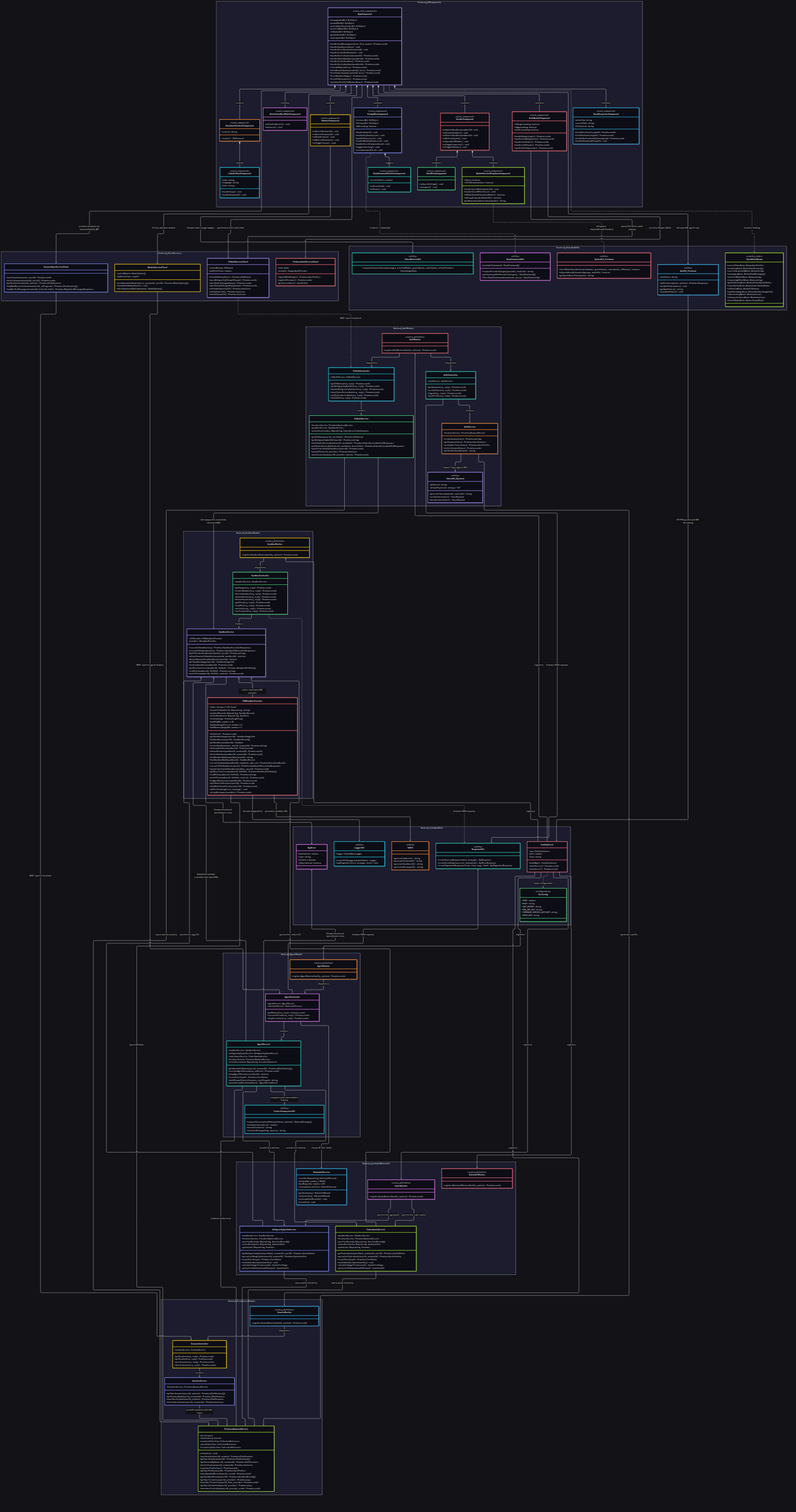
Before: backend/visualizations/codebase-class-diagram.png, a diagram exported from Mermaid (Psychopomp3012/Atelier-integrated-ai-web-ui). Its source is kept beside it as backend/visualizations/codebase-class-diagram.mmd.
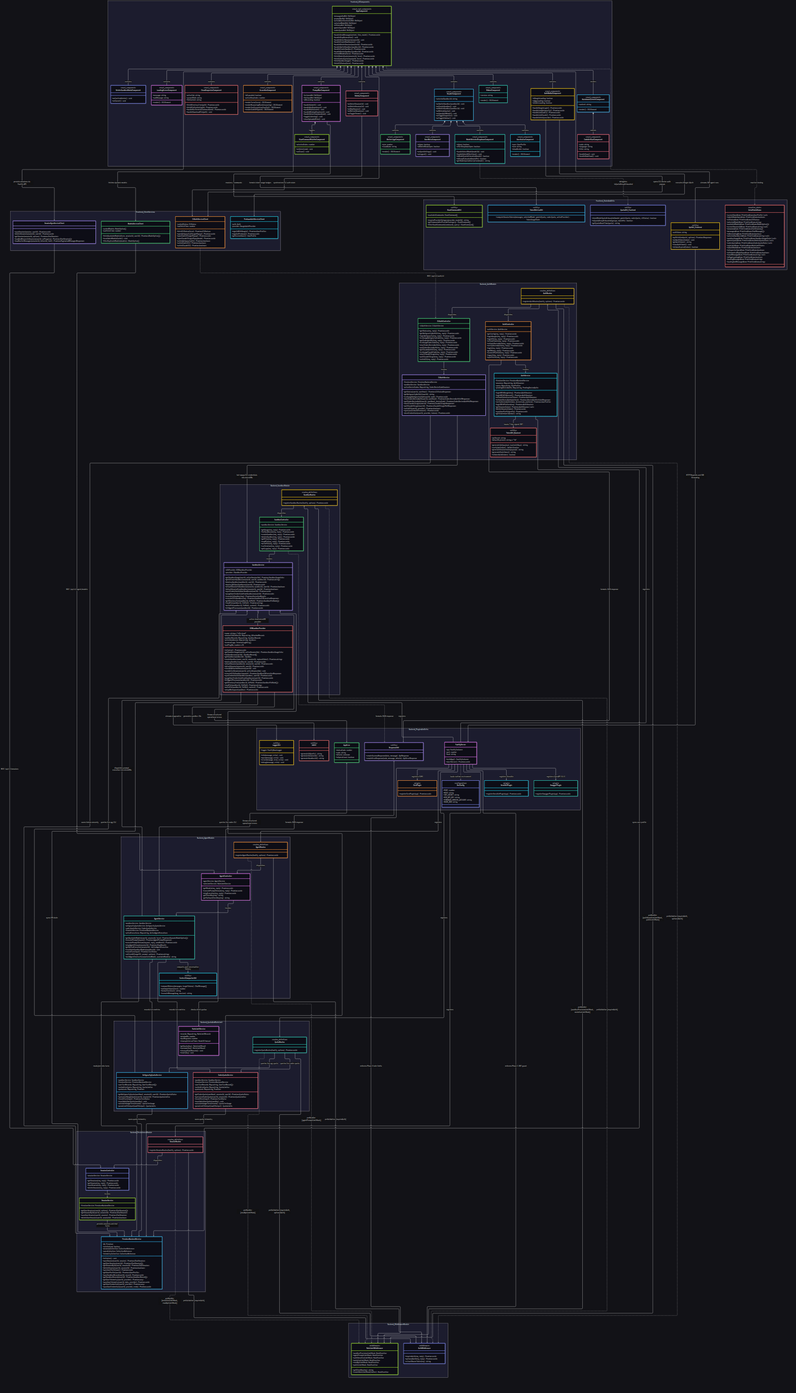
Above is the later version.

Change to the diagram source:
```diff
@@ -6,8 +6,10 @@
       -agentService: AgentService
       -rateLimitService: RateLimitService
       +getModels(req, reply) Promise~void~
-      +executeStream(req, reply) Promise~void~
+      +executePromptStream(req, reply) Promise~void~
       +stopExecution(req, reply) Promise~void~
+      -getClientKey(req) string
+      -getFallbackClientKey(req) string
     }
 
     class AgentService {
@@ -15,13 +17,16 @@
       -antigravityQuotaService: AntigravityQuotaService
       -codexQuotaService: CodexQuotaService
       -firestoreService: FirestoreBackendService
-      -activeExecutions: Map~string, ExecutionContext~
-      +getAvailableModels(userId, sessionId) Promise~ModelOption[]~
-      +executeAgentStream(req, onEvent) Promise~void~
-      +stopAgentStream(executionId) boolean
+      -activeExecutions: Map~string, ActiveAgentExecution~
+      +getAvailableModels(userId, sessionId, force) Promise~DynamicModelOption[]~
+      +executePrompt(request) Promise~AgentPromptResponse~
+      +executePromptStream(request, reply, sendEvent) Promise~void~
+      +stopAgentStream(sessionId) Promise~StopResult~
+      +getActiveExecution(sessionId) ActiveAgentExecution
+      +invalidateSandboxModels(sandboxId) void
       +recordTurn(input) Promise~TurnStats~
-      -buildPromptContext(session, userPrompt) string
-      -parseStreamEvent(rawChunk) AgentStreamEvent
+      -callLiveAI(targetCli, prompt, options) Promise~string~
+      -buildAgentInstructions(selectedModel, availableModels) string
     }
 
     class AgentRoutes {
@@ -31,7 +36,7 @@
 
     class ContextCompactorUtil {
       <<utility>>
-      +compactConversationHistory(history, options) HistoryMessage[]
+      +compactHistory(messages, targetTokens) ChatMessage[]
       +estimateTokens(text) number
       +formatTurn(turn) string
       -truncateMessage(msg, maxLen) string
@@ -42,66 +47,79 @@
     class SandboxController {
       -sandboxService: SandboxService
       +getUsage(req, reply) Promise~void~
+      +listSandboxes(req, reply) Promise~void~
       +createSandbox(req, reply) Promise~void~
       +deleteSandbox(req, reply) Promise~void~
-      +attachSession(req, reply) Promise~void~
-      +detachSession(req, reply) Promise~void~
       +getFiles(req, reply) Promise~void~
       +readFile(req, reply) Promise~void~
       +writeFile(req, reply) Promise~void~
       +runTerminal(req, reply) Promise~void~
+      +getLogs(req, reply) Promise~void~
     }
 
     class SandboxService {
       -e2bProvider: E2BSandboxProvider
       -provider: ISandboxProvider
-      +executeInSandbox(req) Promise~SandboxExecutionResponse~
+      +getSandboxUsage(userId) SandboxUsageInfo
+      +getOrCreateSandbox(sessionId, userId, sandboxId) Promise~string~
+      +destroySandbox(sandboxId, userId) Promise~void~
+      +destroyAllUserSandboxes(userId) Promise~void~
+      +syncCredentialsToUserSandboxes(userId) Promise~void~
+      +purgeUserCredentialsFromSandboxes(userId) Promise~void~
+      +executeInSandbox(req) Promise~ExecutionResult~
       +executeCliInSandbox(req) Promise~SandboxCliExecutionResponse~
-      +getOrCreateSandbox(sessionId, userId) Promise~string~
-      +attachSessionToSandbox(sessionId, sandboxId) boolean
-      +detachSessionFromSandbox(sessionId) boolean
-      +getSandboxUsage(userId) SandboxUsageInfo
-      +destroySandbox(sandboxId) Promise~void~
       +getDirectoryTree(sandboxId, dirPath) Promise~SandboxFileNode[]~
       +readFile(sandboxId, filePath) Promise~string~
       +writeFile(sandboxId, filePath, content) Promise~void~
+      +killAgentProcesses(sandboxId) Promise~void~
     }
 
     class E2BSandboxProvider {
       +name: string = "e2b-cloud"
-      -sessionToSandboxId: Map~string, string~
       -sandboxRecords: Map~string, SandboxRecord~
       -activeSandboxes: Map~string, Sandbox~
       -terminalLogs: TerminalLogEntry[]
       -lastPingMs: number = 35
-      -lastCpuUsagePercent: number = 0
-      -lastMemoryUsageMb: number = 0
       +initialize() Promise~void~
       +getSandboxUsage(userId) SandboxUsageInfo
       +listSandboxes(userId) SandboxRecord[]
       +getSandbox(sandboxId) Sandbox
       +createSandbox(name, userId, sessionId) Promise~string~
-      +destroySandbox(sandboxId) Promise~void~
-      +attachSession(sandboxId, sessionId) Promise~void~
-      +detachSession(sandboxId, sessionId) Promise~void~
-      +findSandboxBySessionId(sessionId) string
-      +findSandboxById(sandboxId) SandboxRecord
-      +executeCommand(sandboxId, command, cwd, env) Promise~ExecutionResult~
+      +destroySandbox(sandboxId, userId) Promise~void~
       +executeCliInSandbox(request) Promise~SandboxCliExecutionResponse~
       +syncCredentialsToSandbox(sandbox, userId) Promise~void~
+      +purgeUserCredentialsFromSandboxes(userId) Promise~void~
+      +killAgentProcesses(sandboxId) Promise~void~
       +getDirectoryTree(sandboxId, dirPath) Promise~SandboxFileNode[]~
       +readFile(sandboxId, filePath) Promise~string~
       +writeFile(sandboxId, filePath, content) Promise~void~
-      +triggerMaintenance(sandboxId) Promise~void~
-      +syncStateToFirestore(userId) Promise~void~
-      +loadStateFromFirestore(userId) Promise~void~
-      -addTerminalLog(level, message) void
       -setupWorkspace(sandbox) Promise~void~
     }
 
     class SandboxRoutes {
       <<routes_definition>>
       +registerSandboxRoutes(fastify, options) Promise~void~
+    }
+  }
+
+  namespace Backend_MiddlewareModule {
+    class AuthMiddleware {
+      <<middleware>>
+      +requireAuth(req, reply) Promise~void~
+      +optionalAuth(req, reply) Promise~void~
+      -extractBearerToken(req) string
+    }
+
+    class RateLimitMiddleware {
+      <<middleware>>
+      +getClientKey(req) string
+      +createRateLimitHook(limiter) HookFunction
+      +sandboxProvisionLimitHook: HookFunction
+      +agentPromptLimitHook: HookFunction
+      +authSensitiveLimitHook: HookFunction
+      +mutationLimitHook: HookFunction
+      +readApiLimitHook: HookFunction
+      +publicLimitHook: HookFunction
     }
   }
 
@@ -136,18 +154,13 @@
 
     class RateLimitService {
       -records: Map~string, RateLimitRecord~
-      -windowMs: number = 60000
-      -maxRequests: number = 60
+      -windowMs: number
+      -maxRequests: number
       -cleanupIntervalTimer: NodeJS.Timeout
       +getQuota(key) RateLimitResult
       +consume(key) RateLimitResult
       +cleanupStaleRecords() void
       +reset(key) void
-    }
-
-    class RateLimitRoutes {
-      <<routes_definition>>
-      +registerRateLimitRoutes(fastify, options) Promise~void~
     }
 
     class QuotaRoutes {
@@ -159,28 +172,48 @@
   namespace Backend_AuthModule {
     class AuthController {
       -authService: AuthService
-      +getSession(req, reply) Promise~void~
-      +verifyToken(req, reply) Promise~void~
+      +getConfig(req, reply) Promise~void~
+      +loginGoogle(req, reply) Promise~void~
+      +loginCli(req, reply) Promise~void~
+      +initiateDeviceAuth(req, reply) Promise~void~
+      +verifyDeviceAuth(req, reply) Promise~void~
+      +login(req, reply) Promise~void~
+      +getMe(req, reply) Promise~void~
+      +connectPlatform(req, reply) Promise~void~
       +logout(req, reply) Promise~void~
       +syncProfile(req, reply) Promise~void~
     }
 
     class AuthService {
       -firestoreService: FirestoreBackendService
-      +createSession(user) Promise~string~
-      +getSession(token) Promise~UserSession~
-      +verifyUserToken(token) Promise~UserProfile~
+      -sessions: Map~string, AuthSession~
+      -users: Map~string, UserProfile~
+      -pendingDeviceAuths: Map~string, PendingDeviceAuth~
+      +loginWithGoogle(req) Promise~AuthSession~
+      +loginWithCliAccount() Promise~AuthSession~
+      +initiateDeviceAuth(platform) Promise~DeviceAuthInitiateResponse~
+      +verifyDeviceAuth(token, deviceCode, platform) Promise~UserProfile~
+      +loginWithPlatform(req) Promise~AuthSession~
+      +getSession(token) Promise~AuthSession | null~
       +deleteSession(token) Promise~void~
+      +syncUserProfile(profile) Promise~void~
       +getStableUserId(email) string
     }
 
     class CliAuthController {
       -cliAuthService: CliAuthService
-      +getCliStatus(req, reply) Promise~void~
+      +getStatus(req, reply) Promise~void~
       +getAntigravityAuthUrl(req, reply) Promise~void~
-      +handleAntigravityCallback(req, reply) Promise~void~
+      +loginAntigravity(req, reply) Promise~void~
+      +exchangeAntigravityCode(req, reply) Promise~void~
+      +getCodexAuthUrl(req, reply) Promise~void~
+      +exchangeCodexCode(req, reply) Promise~void~
       +startCodexDeviceAuth(req, reply) Promise~void~
       +pollCodexDeviceAuth(req, reply) Promise~void~
+      +getClaudeAuthUrl(req, reply) Promise~void~
+      +exchangeClaudeCode(req, reply) Promise~void~
+      +startClaudeCliLogin(req, reply) Promise~void~
+      +pollClaudeCliLogin(req, reply) Promise~void~
       +unlinkCli(req, reply) Promise~void~
     }
 
@@ -188,12 +221,15 @@
       -firestoreService: FirestoreBackendService
       -sandboxService: SandboxService
       -activeDeviceCodes: Map~string, CodexDeviceCodeSession~
-      +getCliStatus(userId, userEmail) Promise~CliStatus~
-      +getAntigravityAuthUrl(userId) Promise~string~
+      +getStatus(userId, userEmail) Promise~CliStatusResponse~
+      +getAntigravityAuthUrl(userId) string
+      +exchangeAntigravityCode(userId, code) Promise~void~
       +startCodexDeviceAuth(userId, userEmail) Promise~CodexDeviceAuthInitResponse~
       +pollCodexDeviceAuth(userId, userEmail, deviceCode) Promise~CodexDeviceAuthPollResponse~
-      +syncCredentialsToSandboxes(userId) Promise~void~
+      +startClaudeCliLogin(userId) Promise~ClaudeCliLoginResponse~
+      +pollClaudeCliLogin(userId) Promise~ClaudeCliLoginPollResponse~
       +unlinkCli(userId, provider) Promise~boolean~
+      +syncLocalLinksToFirestore() Promise~void~
       -storeCredentials(userId, provider, tokens) Promise~void~
     }
 
@@ -201,9 +237,11 @@
       <<utility>>
       -jwtSecret: string
       -defaultExpiresIn: string = "7d"
-      +generateToken(payload, expiresIn) string
-      +verifyToken(token) TokenPayload
-      +decodeToken(token) TokenPayload
+      +generateJwt(payload, expiresInDays) string
+      +verifyJwt(token) JwtVerification
+      +generateSessionToken(payload) string
+      +generateStateToken() string
+      +isTokenValid(token) boolean
     }
 
     class AuthRoutes {
@@ -256,14 +294,28 @@
     }
   }
 
-  namespace Backend_InfraAndUtils {
+  namespace Backend_PluginsAndInfra {
     class FastifyServer {
       -app: FastifyInstance
       -port: number
       -host: string
       +buildApp() FastifyInstance
       +startServer() Promise~void~
-      +stopServer() Promise~void~
+    }
+
+    class SwaggerPlugin {
+      <<plugin>>
+      +registerSwaggerPlugin(app) Promise~void~
+    }
+
+    class CorsPlugin {
+      <<plugin>>
+      +registerCorsPlugin(app) Promise~void~
+    }
+
+    class SensiblePlugin {
+      <<plugin>>
+      +registerSensiblePlugin(app) Promise~void~
     }
 
     class AppError {
@@ -276,8 +328,7 @@
     class ResponseUtil {
       <<utility>>
       +createSuccessResponse(data, message) ApiResponse
-      +createErrorResponse(error, statusCode) ApiErrorResponse
-      +createPaginatedResponse(items, total, page, limit) ApiPaginatedResponse
+      +createErrorResponse(code, message, details) ApiErrorResponse
     }
 
     class IdUtil {
@@ -285,14 +336,15 @@
       +generateId(prefix) string
       +generateSessionId() string
       +generateSandboxId() string
-      +generateMessageId() string
     }
 
     class LoggerUtil {
       <<utility>>
       +logger: FastifyBaseLogger
-      +createChildLogger(moduleName) Logger
-      +logDiagnostic(level, message, meta) void
+      +info(message, extra) void
+      +warn(message, extra) void
+      +error(message, error, extra) void
+      +debug(message, extra) void
     }
 
     class EnvConfig {
@@ -329,11 +381,11 @@
       +fetchCodexQuota(sessionId, force) Promise~void~
       +fetchSandboxUsage() Promise~void~
       +fetchCliStatus(force) Promise~void~
-      +syncUserProfileViaBackend(user) Promise~void~
     }
 
     class HeaderComponent {
       <<react_component>>
+      +selectedSandboxId: string
       +onSwitchSandbox(sandboxId) void
       +onCreateSandbox() void
       +onDeleteSandbox(sandboxId) void
@@ -375,6 +427,39 @@
       +isModelQuotaExhausted(model) boolean
       +isGroupExhausted(matchFn) boolean
       +getModelQuotaDescription(model) string
+    }
+
+    class AccordionComponent {
+      <<react_component>>
+      -isExpanded: boolean
+      -activeStepIndex: number
+      +renderTurns(turns) JSX.Element
+      +renderReasoningBlock(reasoning) JSX.Element
+      +renderToolInvocation(toolCall) JSX.Element
+      +renderCodeDiff(patch) JSX.Element
+    }
+
+    class UserAvatarComponent {
+      <<react_component>>
+      +user: UserProfile
+      +size: string
+      +showBorder: boolean
+      +render() JSX.Element
+    }
+
+    class AtelierLogoComponent {
+      <<react_component>>
+      +size: number
+      +className: string
+      +render() JSX.Element
+    }
+
+    class UserMenuComponent {
+      <<react_component>>
+      -isOpen: boolean
+      -isMobileModalOpen: boolean
+      +onOpenSettings() void
+      +onLogout() void
     }
 
     class CloudInspectorComponent {
@@ -428,10 +513,17 @@
       +handleDownload() void
     }
 
-    class UserMenuComponent {
+    class LoadingScreenComponent {
       <<react_component>>
-      +onOpenSettings() void
-      +onLogout() void
+      +message: string
+      +subMessage: string
+      +render() JSX.Element
+    }
+
+    class RibbonComponent {
+      <<react_component>>
+      +version: string
+      +render() JSX.Element
     }
   }
 
@@ -476,19 +568,27 @@
   namespace Frontend_StateAndUtils {
     class JotaiStateAtoms {
       <<reactive_state>>
-      +currentUserAtom: Atom~UserProfile~
-      +sessionsAtom: Atom~ChatSession[]~
-      +currentSessionIdAtom: Atom~string~
-      +messagesAtom: Atom~ChatMessage[]~
-      +selectedModelAtom: Atom~string~
-      +reasoningEffortAtom: Atom~string~
-      +geminiQuotaAtom: Atom~GeminiQuotaStats~
-      +codexQuotaAtom: Atom~CodexQuotaStats~
-      +cliStatusAtom: Atom~CliStatus~
-      +sandboxUsageAtom: Atom~SandboxUsageInfo~
-      +isGeneratingAtom: Atom~boolean~
-      +isInspectorOpenAtom: Atom~boolean~
-      +themeModeAtom: Atom~ThemeMode~
+      +currentUserAtom: PrimitiveAtom~UserProfile | null~
+      +isAuthModalOpenAtom: PrimitiveAtom~boolean~
+      +cliStatusAtom: PrimitiveAtom~CliStatus~
+      +selectedModelAtom: PrimitiveAtom~string~
+      +availableModelsAtom: PrimitiveAtom~ModelOption[]~
+      +currentSessionIdAtom: PrimitiveAtom~string | null~
+      +sessionsAtom: PrimitiveAtom~ChatSession[]~
+      +messagesAtom: PrimitiveAtom~ChatMessage[]~
+      +isGeneratingAtom: PrimitiveAtom~boolean~
+      +selectedSandboxIdAtom: PrimitiveAtom~string | null~
+      +sandboxUsageAtom: PrimitiveAtom~SandboxUsageState | null~
+      +geminiQuotaAtom: PrimitiveAtom~GeminiQuotaStats | null~
+      +codexQuotaAtom: PrimitiveAtom~CodexQuotaStats | null~
+      +rateLimitAtom: PrimitiveAtom~RateLimitState~
+      +isDarkModeAtom: PrimitiveAtom~boolean~
+      +isInspectorOpenAtom: PrimitiveAtom~boolean~
+      +isTelemetryModalOpenAtom: PrimitiveAtom~boolean~
+      +toastMessageAtom: PrimitiveAtom~string | null~
+      +isPageLoadingAtom: PrimitiveAtom~boolean~
+      +loadingMessageAtom: PrimitiveAtom~string~
+      +loadingSubMessageAtom: PrimitiveAtom~string~
     }
 
     class ApiUtil_Frontend {
@@ -498,6 +598,7 @@
       +setAuthToken(token) void
       +getAuthToken() string
       +clearAuthToken() void
+      +isTokenExpired(token) boolean
     }
 
     class QuotaUtil_Frontend {
@@ -525,18 +626,23 @@
   AppComponent *-- HeaderComponent : contains
   AppComponent *-- SidebarComponent : contains
   AppComponent *-- PromptBarComponent : contains
+  AppComponent *-- AccordionComponent : contains
   AppComponent *-- CloudInspectorComponent : contains
   AppComponent *-- AuthModalComponent : contains
   AppComponent *-- DeleteSandboxModalComponent : contains
+  AppComponent *-- LoadingScreenComponent : contains
+  AppComponent *-- RibbonComponent : contains
   HeaderComponent *-- ModelSelectorDropdownComponent : contains
   HeaderComponent *-- UserMenuComponent : contains
+  HeaderComponent *-- UserAvatarComponent : contains
+  HeaderComponent *-- AtelierLogoComponent : contains
   PromptBarComponent *-- SlashCommandPaletteComponent : toggles
   AppComponent *-- MarkdownContentComponent : renders
   MarkdownContentComponent *-- CodeArtifactComponent : embeds
 
   AppComponent --> ModelsServiceClient : fetches dynamic models
   AppComponent --> CliAuthServiceClient : synchronizes CLI auth state
-  AppComponent --> SessionSyncServiceClient : persists sessions via backend Fastify API
+  AppComponent --> SessionSyncServiceClient : persists sessions via Fastify API
   AppComponent --> ApiUtil_Frontend : streams SSE agent runs
   AppComponent ..> JotaiStateAtoms : reactive binding
   PromptBarComponent ..> SlashCommandUtil : resolves / commands
@@ -550,24 +656,43 @@
   CliAuthServiceClient ..> CliAuthController : REST /api/v1/auth/cli
   ModelsServiceClient ..> AgentController : REST /api/v1/agent/models
 
+  FastifyServer --> SwaggerPlugin : registers OpenAPI 3.0.3
+  FastifyServer --> CorsPlugin : registers CORS
+  FastifyServer --> SensiblePlugin : registers Sensible
+  FastifyServer --> AuthMiddleware : enforces Phase 1 JWT guard
+  FastifyServer --> RateLimitMiddleware : enforces Phase 3 rate limits
+  FastifyServer ..> EnvConfig : loads runtime environment
+
   FastifyServer --> AgentRoutes : registers
   FastifyServer --> SandboxRoutes : registers
   FastifyServer --> AuthRoutes : registers
   FastifyServer --> QuotaRoutes : registers
   FastifyServer --> SessionRoutes : registers
-  FastifyServer --> RateLimitRoutes : registers
-  FastifyServer ..> EnvConfig : loads configuration
 
+  AgentRoutes ..> AuthMiddleware : preValidation [requireAuth]
+  AgentRoutes ..> RateLimitMiddleware : preHandler [agentPromptLimitHook]
   AgentRoutes --> AgentController : dispatches
+
+  SandboxRoutes ..> AuthMiddleware : preValidation [requireAuth]
+  SandboxRoutes ..> RateLimitMiddleware : preHandler [sandboxProvisionLimitHook, mutationLimitHook]
   SandboxRoutes --> SandboxController : dispatches
+
+  AuthRoutes ..> AuthMiddleware : preValidation [requireAuth, optionalAuth]
+  AuthRoutes ..> RateLimitMiddleware : preHandler [authSensitiveLimitHook, publicLimitHook]
   AuthRoutes --> AuthController : dispatches
   AuthRoutes --> CliAuthController : dispatches
+
+  QuotaRoutes ..> AuthMiddleware : preValidation [requireAuth, optionalAuth]
+  QuotaRoutes ..> RateLimitMiddleware : preHandler [readApiLimitHook]
   QuotaRoutes --> AntigravityQuotaService : queries live agy quota
   QuotaRoutes --> CodexQuotaService : queries live codex quota
+
+  SessionRoutes ..> AuthMiddleware : preValidation [requireAuth]
+  SessionRoutes ..> RateLimitMiddleware : preHandler [mutationLimitHook, readApiLimitHook]
   SessionRoutes --> SessionController : dispatches
 
   AgentController --> AgentService : invokes
-  AgentController --> RateLimitService : checks IP rate limits
+  AgentController --> RateLimitService : checks client quotas
   SandboxController --> SandboxService : invokes
   AuthController --> AuthService : invokes
   CliAuthController --> CliAuthService : invokes
```
